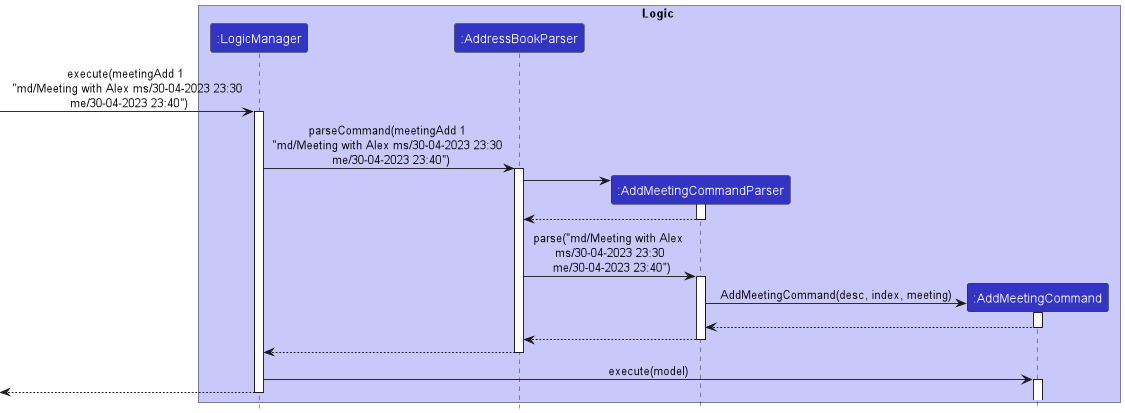
Before: docs/images/AddMeetingParseSequenceDiagram.PNG, a diagram exported from PlantUML (nus-cs2103-AY2223S2/tp).
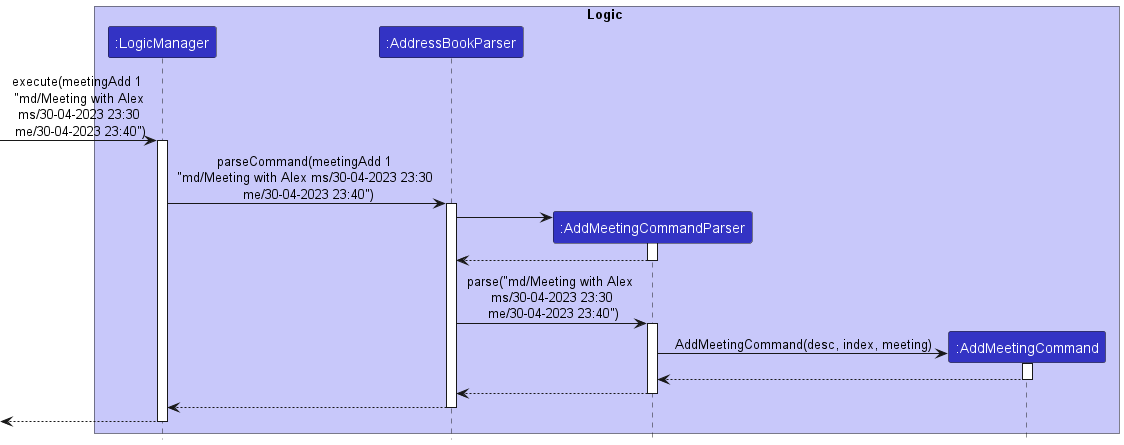
After the commit.

Diff of the diagram source:
```diff
@@ -8,7 +8,7 @@
 participant ":AddMeetingCommand" as AddMeetingCommand LOGIC_COLOR
 end box
 
-[-> LogicManager : execute(meetingAdd 1 \n "md/Meeting with Alex ms/30-04-2023 23:30 \n me/30-04-2023 23:40")
+[-> LogicManager : execute(meetingAdd 1 \n "md/Meeting with Alex \n ms/30-04-2023 23:30 \n me/30-04-2023 23:40")
 activate LogicManager
 
 LogicManager -> AddressBookParser : parseCommand(meetingAdd 1 \n"md/Meeting with Alex ms/30-04-2023 23:30 \n me/30-04-2023 23:40")
@@ -37,9 +37,6 @@
 AddressBookParser --> LogicManager
 deactivate AddressBookParser
 
-LogicManager -> AddMeetingCommand : execute(model)
-activate AddMeetingCommand
-
 [<-- LogicManager
 deactivate LogicManager
 @enduml
```
